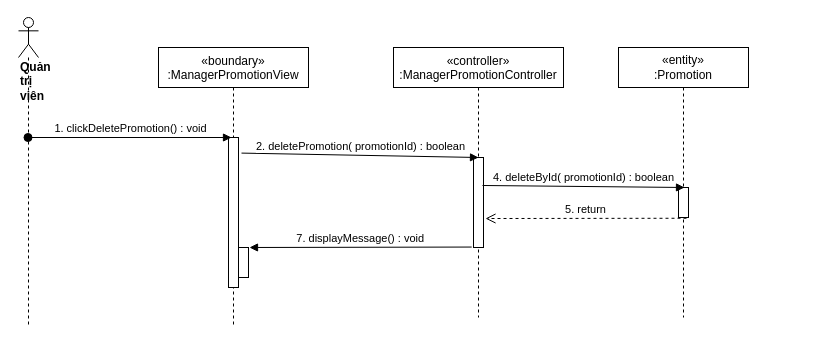
Above: sequence diagram/delete-promotion-manager.drawio in nguyenphamvan/datn_20202 (draw.io), before the change. Source tidied: cells renumbered, new cells numbered last; positions are measured from the earlier drawing's top-left corner, leaving out a move shared by most shapes. Both pictures are drawn from the tidied source at 100%, with x=0, y=0 at pixel (18, 17).
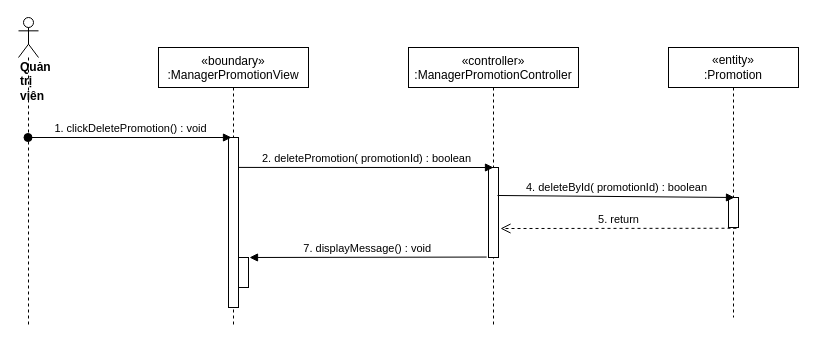
After the change.

Change to the diagram source:
```diff
@@
 <mxGraphModel>
   <root>
     <mxCell id="0" />
     <mxCell id="1" parent="0" />
     <mxCell id="2" value="«boundary»&#10;:ManagerPromotionView" style="shape=umlLifeline;perimeter=lifelinePerimeter;rounded=0;shadow=0;strokeWidth=1;" parent="1" vertex="1">
       <mxGeometry x="140" y="30" width="150" height="280" as="geometry" />
     </mxCell>
     <mxCell id="3" style="html=1;points=[];perimeter=orthogonalPerimeter;" parent="2" vertex="1">
-      <mxGeometry x="70" y="90" width="10" height="150" as="geometry" />
+      <mxGeometry x="70" y="90" width="10" height="170" as="geometry" />
     </mxCell>
     <mxCell id="4" value="«controller»&#10;:ManagerPromotionController" style="shape=umlLifeline;perimeter=lifelinePerimeter;rounded=0;shadow=0;strokeWidth=1;size=40;" parent="1" vertex="1">
-      <mxGeometry x="375" y="30" width="170" height="270" as="geometry" />
+      <mxGeometry x="390" y="30" width="170" height="280" as="geometry" />
     </mxCell>
     <mxCell id="5" style="points=[];perimeter=orthogonalPerimeter;rounded=0;shadow=0;strokeWidth=1;" parent="4" vertex="1">
-      <mxGeometry x="80" y="110" width="10" height="90" as="geometry" />
+      <mxGeometry x="80" y="120" width="10" height="90" as="geometry" />
     </mxCell>
     <mxCell id="6" value="&lt;div&gt;&lt;b&gt;Quản trị viên&lt;/b&gt;&lt;/div&gt;" style="shape=umlLifeline;participant=umlActor;perimeter=lifelinePerimeter;whiteSpace=wrap;html=1;verticalAlign=top;spacingTop=36;outlineConnect=0;align=left;" parent="1" vertex="1">
       <mxGeometry width="20" height="310" as="geometry" />
     </mxCell>
     <mxCell id="7" value="1. clickDeletePromotion() : void" style="html=1;verticalAlign=bottom;startArrow=oval;startFill=1;endArrow=block;startSize=8;entryX=0.3;entryY=0;entryDx=0;entryDy=0;entryPerimeter=0;" parent="1" edge="1" source="6" target="3">
       <mxGeometry relative="1" as="geometry" />
     </mxCell>
-    <mxCell id="8" value="2. deletePromotion( promotionId) : boolean" style="html=1;verticalAlign=bottom;endArrow=block;entryX=0.5;entryY=0;entryDx=0;entryDy=0;entryPerimeter=0;exitX=1.3;exitY=0.104;exitDx=0;exitDy=0;exitPerimeter=0;" parent="1" edge="1" source="3" target="5">
+    <mxCell id="8" value="2. deletePromotion( promotionId) : boolean" style="html=1;verticalAlign=bottom;endArrow=block;entryX=0.5;entryY=0;entryDx=0;entryDy=0;entryPerimeter=0;exitX=1;exitY=0.176;exitDx=0;exitDy=0;exitPerimeter=0;" parent="1" edge="1" source="3" target="5">
       <mxGeometry relative="1" as="geometry" />
     </mxCell>
     <mxCell id="9" value="&lt;span&gt;«entity»&lt;br&gt;&lt;/span&gt;:Promotion" style="shape=umlLifeline;perimeter=lifelinePerimeter;whiteSpace=wrap;html=1;" parent="1" vertex="1">
-      <mxGeometry x="600" y="30" width="130" height="270" as="geometry" />
+      <mxGeometry x="650" y="30" width="130" height="270" as="geometry" />
     </mxCell>
     <mxCell id="10" style="points=[];perimeter=orthogonalPerimeter;rounded=0;shadow=0;strokeWidth=1;" parent="9" vertex="1">
-      <mxGeometry x="60" y="140" width="10" height="30" as="geometry" />
+      <mxGeometry x="60" y="150" width="10" height="30" as="geometry" />
     </mxCell>
     <mxCell id="11" value="4. deleteById( promotionId) : boolean" style="html=1;verticalAlign=bottom;endArrow=block;entryX=0.6;entryY=0;entryDx=0;entryDy=0;entryPerimeter=0;exitX=0.9;exitY=0.311;exitDx=0;exitDy=0;exitPerimeter=0;" parent="1" edge="1" source="5" target="10">
       <mxGeometry relative="1" as="geometry" />
     </mxCell>
     <mxCell id="12" value="5. return" style="html=1;verticalAlign=bottom;endArrow=open;dashed=1;endSize=8;exitX=0.8;exitY=1.025;exitDx=0;exitDy=0;exitPerimeter=0;entryX=1.2;entryY=0.678;entryDx=0;entryDy=0;entryPerimeter=0;" parent="1" edge="1" source="10" target="5">
       <mxGeometry relative="1" as="geometry" />
     </mxCell>
     <mxCell id="13" value="7. displayMessage() : void" style="verticalAlign=bottom;endArrow=block;shadow=0;strokeWidth=1;exitX=-0.18;exitY=0.995;exitDx=0;exitDy=0;exitPerimeter=0;entryX=1.1;entryY=0;entryDx=0;entryDy=0;entryPerimeter=0;" parent="1" edge="1" source="5" target="14">
       <mxGeometry relative="1" as="geometry" />
     </mxCell>
     <mxCell id="14" style="html=1;points=[];perimeter=orthogonalPerimeter;" parent="1" vertex="1">
-      <mxGeometry x="220" y="230" width="10" height="30" as="geometry" />
+      <mxGeometry x="220" y="240" width="10" height="30" as="geometry" />
     </mxCell>
   </root>
 </mxGraphModel>
```
